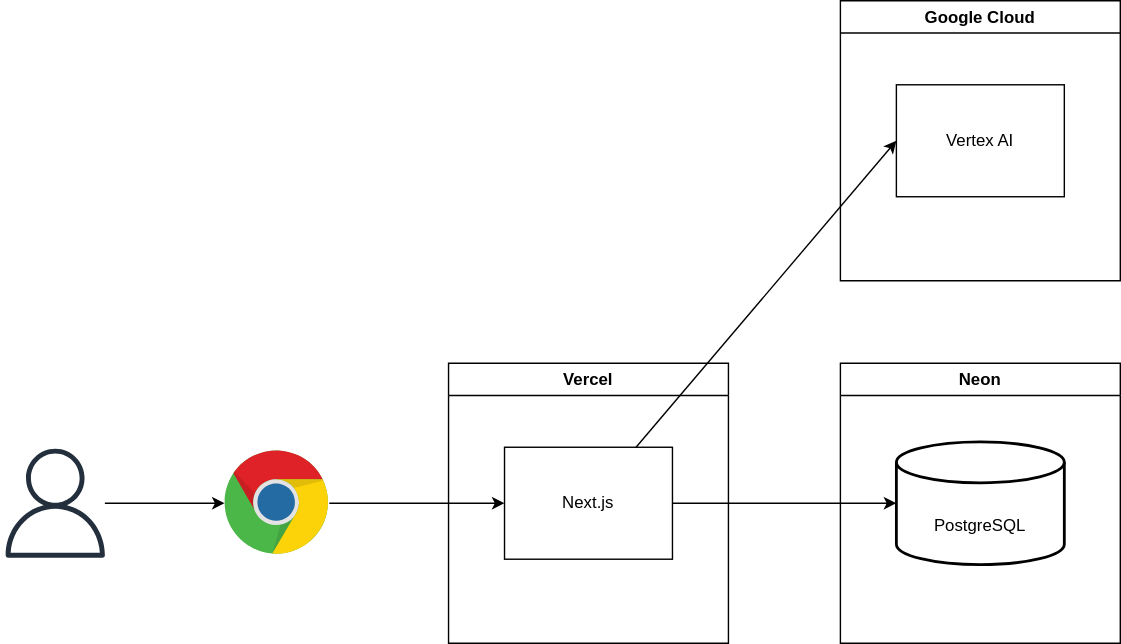
This is docs/設計/システム構成.drawio.svg from study-basic-hackathon/lazy-bear, a draw.io export, as it was before one commit. Source tidied: cells renumbered, new cells last; positions are measured from the earlier drawing's top-left corner, leaving out a move shared by most shapes. The source it was exported from:
```xml
<mxGraphModel>
  <root>
    <mxCell id="0" />
    <mxCell id="1" parent="0" />
    <mxCell id="2" style="edgeStyle=none;html=1;" parent="1" edge="1" source="3" target="5">
      <mxGeometry relative="1" as="geometry" />
    </mxCell>
    <mxCell id="3" style="sketch=0;outlineConnect=0;fontColor=#232F3E;gradientColor=none;fillColor=#232F3D;strokeColor=none;dashed=0;verticalLabelPosition=bottom;verticalAlign=top;align=center;html=1;fontSize=12;fontStyle=0;shape=mxgraph.aws4.user;" parent="1" vertex="1">
      <mxGeometry y="320" width="78" height="78" as="geometry" />
    </mxCell>
    <mxCell id="4" style="edgeStyle=none;html=1;entryX=0;entryY=0.5;entryDx=0;entryDy=0;" parent="1" edge="1" source="5" target="7">
      <mxGeometry relative="1" as="geometry" />
    </mxCell>
    <mxCell id="5" style="dashed=0;outlineConnect=0;html=1;align=center;labelPosition=center;verticalLabelPosition=bottom;verticalAlign=top;shape=mxgraph.weblogos.chrome;" parent="1" vertex="1">
      <mxGeometry x="160" y="321.3" width="74.8" height="75.4" as="geometry" />
    </mxCell>
    <mxCell id="6" value="Vercel" style="swimlane;whiteSpace=wrap;html=1;fillColor=default;gradientColor=none;" parent="1" vertex="1">
      <mxGeometry x="320" y="259" width="200" height="200" as="geometry" />
    </mxCell>
    <mxCell id="7" value="Next.js" style="rounded=0;whiteSpace=wrap;html=1;" parent="6" vertex="1">
      <mxGeometry x="40" y="60" width="120" height="80" as="geometry" />
    </mxCell>
    <mxCell id="8" value="Neon" style="swimlane;whiteSpace=wrap;html=1;fillColor=default;gradientColor=none;" parent="1" vertex="1">
      <mxGeometry x="600" y="259" width="200" height="200" as="geometry" />
    </mxCell>
    <mxCell id="9" style="strokeWidth=2;html=1;shape=mxgraph.flowchart.database;whiteSpace=wrap;" parent="8" vertex="1">
      <mxGeometry x="40" y="56.1" width="120" height="87.7" as="geometry" />
    </mxCell>
    <mxCell id="10" value="PostgreSQL" style="text;html=1;align=center;verticalAlign=middle;whiteSpace=wrap;rounded=0;" parent="8" vertex="1">
      <mxGeometry x="70" y="101" width="60" height="30" as="geometry" />
    </mxCell>
    <mxCell id="11" style="edgeStyle=none;html=1;" parent="1" edge="1" source="7" target="9">
      <mxGeometry relative="1" as="geometry" />
    </mxCell>
    <mxCell id="12" value="Google Cloud" style="swimlane;whiteSpace=wrap;html=1;fillColor=default;gradientColor=none;" parent="1" vertex="1">
      <mxGeometry x="600" width="200" height="200" as="geometry" />
    </mxCell>
    <mxCell id="13" value="Vertex AI" style="rounded=0;whiteSpace=wrap;html=1;" parent="12" vertex="1">
      <mxGeometry x="40" y="60" width="120" height="80" as="geometry" />
    </mxCell>
    <mxCell id="14" style="edgeStyle=none;html=1;entryX=0;entryY=0.5;entryDx=0;entryDy=0;" parent="1" edge="1" source="7" target="13">
      <mxGeometry relative="1" as="geometry" />
    </mxCell>
  </root>
</mxGraphModel>
```
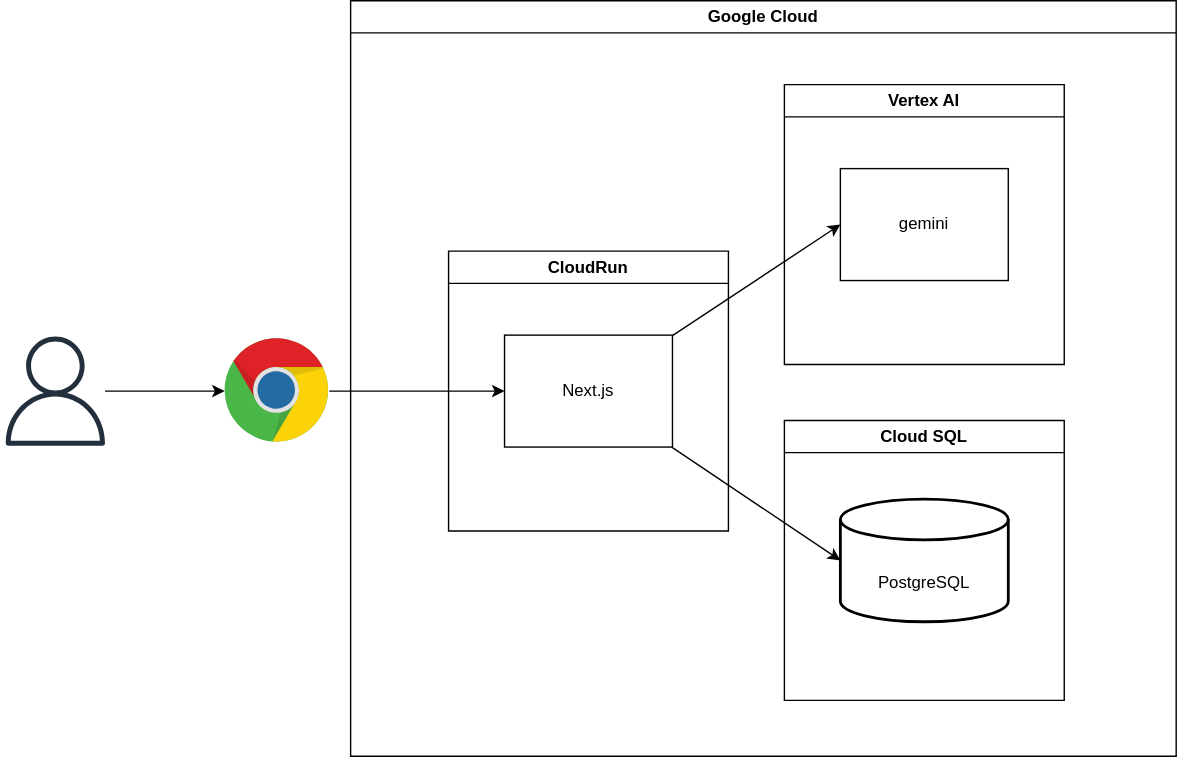
After the change.

The edit, as a diff of the source:
```diff
@@ -14,14 +14,23 @@
     <mxCell id="5" style="dashed=0;outlineConnect=0;html=1;align=center;labelPosition=center;verticalLabelPosition=bottom;verticalAlign=top;shape=mxgraph.weblogos.chrome;" parent="1" vertex="1">
       <mxGeometry x="160" y="321.3" width="74.8" height="75.4" as="geometry" />
     </mxCell>
-    <mxCell id="6" value="Vercel" style="swimlane;whiteSpace=wrap;html=1;fillColor=default;gradientColor=none;" parent="1" vertex="1">
+    <mxCell id="6" value="CloudRun" style="swimlane;whiteSpace=wrap;html=1;fillColor=default;gradientColor=none;" parent="1" vertex="1">
       <mxGeometry x="320" y="259" width="200" height="200" as="geometry" />
     </mxCell>
     <mxCell id="7" value="Next.js" style="rounded=0;whiteSpace=wrap;html=1;" parent="6" vertex="1">
       <mxGeometry x="40" y="60" width="120" height="80" as="geometry" />
     </mxCell>
+    <mxCell id="11" style="edgeStyle=none;html=1;entryX=0;entryY=0.5;entryDx=0;entryDy=0;entryPerimeter=0;" parent="1" edge="1" source="7" target="9">
+      <mxGeometry relative="1" as="geometry" />
+    </mxCell>
+    <mxCell id="14" style="edgeStyle=none;html=1;entryX=0;entryY=0.5;entryDx=0;entryDy=0;" parent="1" edge="1" source="7" target="13">
+      <mxGeometry relative="1" as="geometry" />
+    </mxCell>
+    <mxCell id="15" value="Google Cloud" style="swimlane;whiteSpace=wrap;html=1;fillColor=default;gradientColor=none;" parent="1" vertex="1">
+      <mxGeometry x="250" y="80" width="590" height="540" as="geometry" />
+    </mxCell>
-    <mxCell id="8" value="Neon" style="swimlane;whiteSpace=wrap;html=1;fillColor=default;gradientColor=none;" parent="1" vertex="1">
-      <mxGeometry x="600" y="259" width="200" height="200" as="geometry" />
+    <mxCell id="8" value="Cloud SQL" style="swimlane;whiteSpace=wrap;html=1;fillColor=default;gradientColor=none;" parent="15" vertex="1">
+      <mxGeometry x="310" y="300" width="200" height="200" as="geometry" />
     </mxCell>
     <mxCell id="9" style="strokeWidth=2;html=1;shape=mxgraph.flowchart.database;whiteSpace=wrap;" parent="8" vertex="1">
       <mxGeometry x="40" y="56.1" width="120" height="87.7" as="geometry" />
@@ -29,17 +38,11 @@
     <mxCell id="10" value="PostgreSQL" style="text;html=1;align=center;verticalAlign=middle;whiteSpace=wrap;rounded=0;" parent="8" vertex="1">
       <mxGeometry x="70" y="101" width="60" height="30" as="geometry" />
     </mxCell>
-    <mxCell id="11" style="edgeStyle=none;html=1;" parent="1" edge="1" source="7" target="9">
-      <mxGeometry relative="1" as="geometry" />
-    </mxCell>
-    <mxCell id="12" value="Google Cloud" style="swimlane;whiteSpace=wrap;html=1;fillColor=default;gradientColor=none;" parent="1" vertex="1">
-      <mxGeometry x="600" width="200" height="200" as="geometry" />
+    <mxCell id="12" value="Vertex AI" style="swimlane;whiteSpace=wrap;html=1;fillColor=default;gradientColor=none;" parent="15" vertex="1">
+      <mxGeometry x="310" y="60" width="200" height="200" as="geometry" />
     </mxCell>
-    <mxCell id="13" value="Vertex AI" style="rounded=0;whiteSpace=wrap;html=1;" parent="12" vertex="1">
+    <mxCell id="13" value="gemini" style="rounded=0;whiteSpace=wrap;html=1;" parent="12" vertex="1">
       <mxGeometry x="40" y="60" width="120" height="80" as="geometry" />
     </mxCell>
-    <mxCell id="14" style="edgeStyle=none;html=1;entryX=0;entryY=0.5;entryDx=0;entryDy=0;" parent="1" edge="1" source="7" target="13">
-      <mxGeometry relative="1" as="geometry" />
-    </mxCell>
   </root>
 </mxGraphModel>
```
